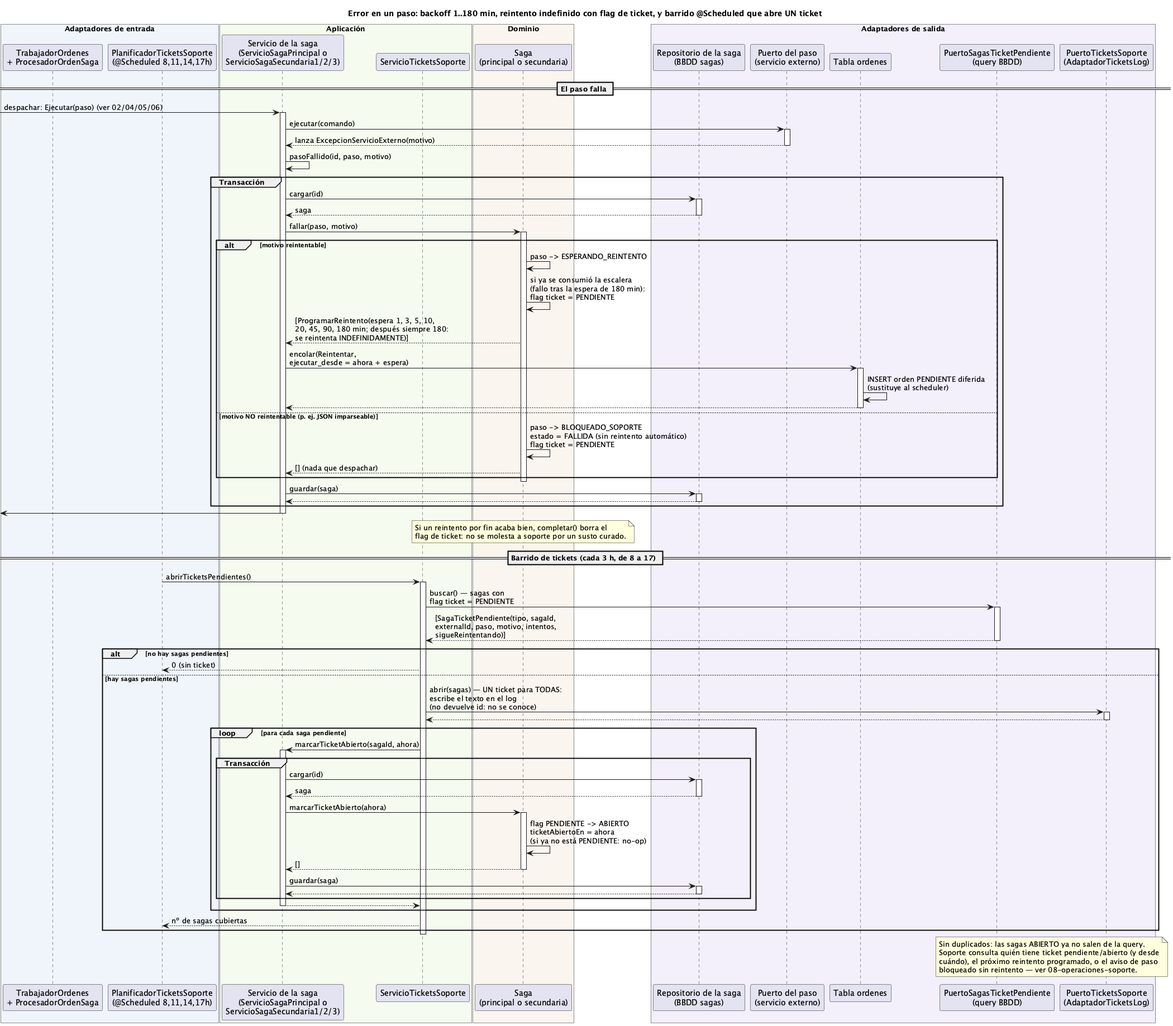
Before: order-manager/docs/07-error-ticket-soporte.png, a diagram exported from PlantUML (ralcazar/patrones).
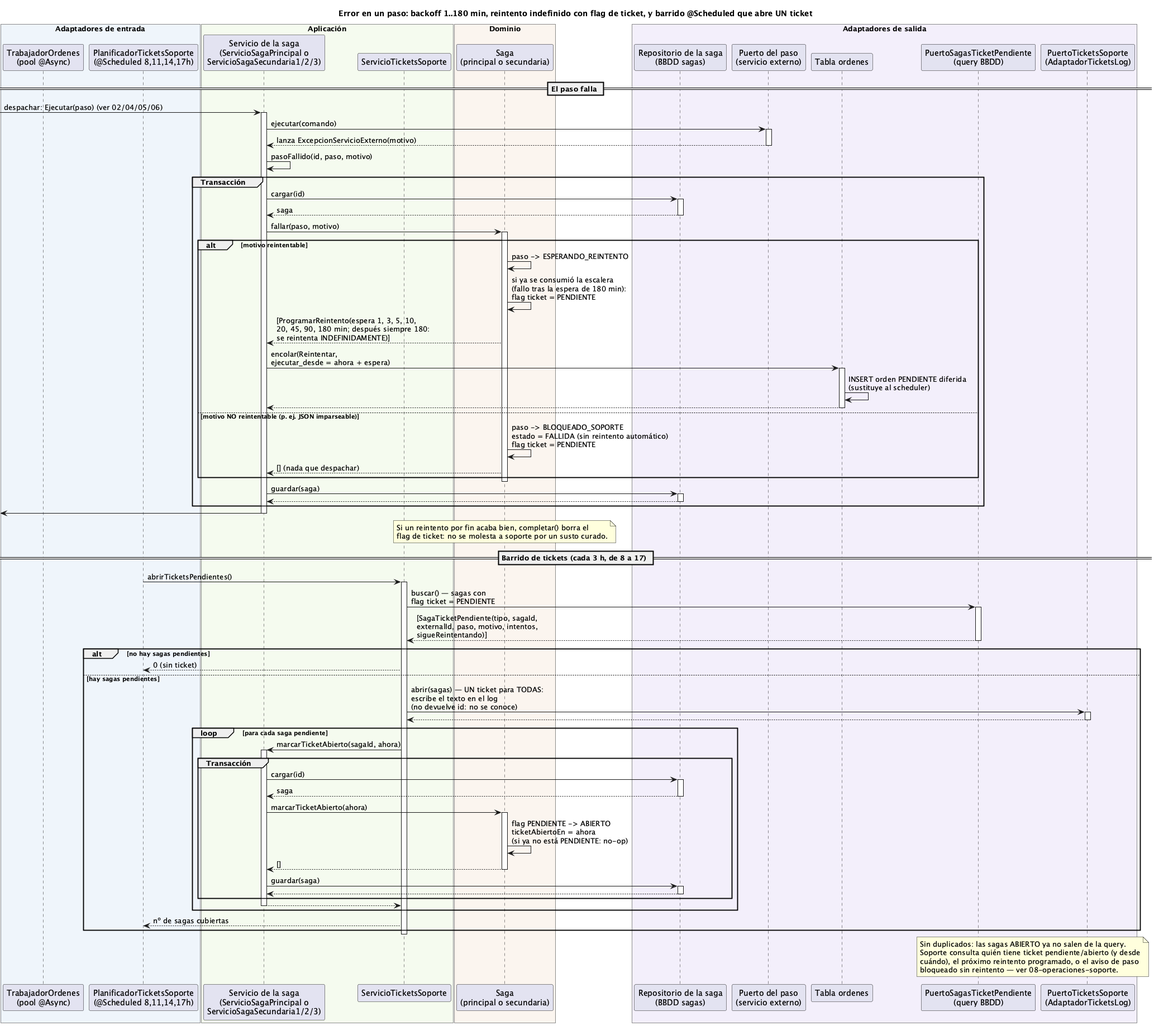
The same diagram one commit later.

The edit, as a diff of the source:
```diff
@@ -2,7 +2,7 @@
 title Error en un paso: backoff 1..180 min, reintento indefinido con flag de ticket, y barrido @Scheduled que abre UN ticket
 
 box "Adaptadores de entrada" #EFF5FB
-  participant "TrabajadorOrdenes\n+ ProcesadorOrdenSaga" as TRAB
+  participant "TrabajadorOrdenes\n(pool @Async)" as TRAB
   participant "PlanificadorTicketsSoporte\n(@Scheduled 8,11,14,17h)" as PLAN
 end box
 box "Aplicación" #F5FBEF
```
